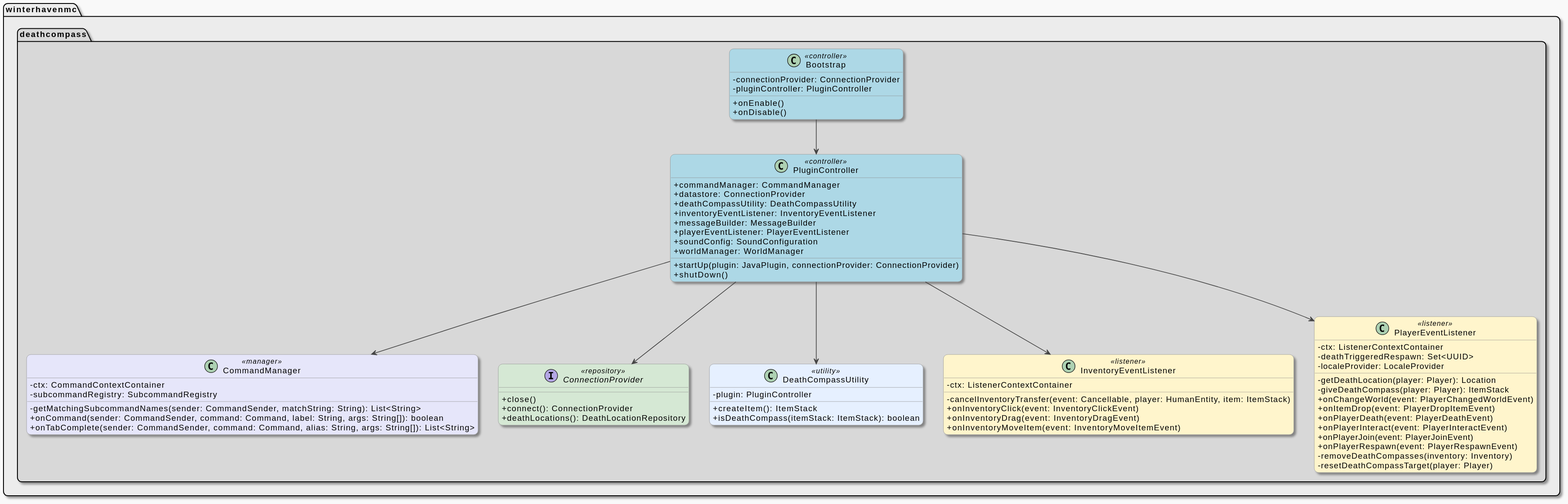
This is core/diagrams/PluginController_structure_alt.svg from winterhavenmc/SavageDeathCompass, a PlantUML export, as it was before one commit. The source it was exported from:
```plantuml
@startuml
skinparam backgroundColor #f9f9f9
skinparam shadowing true
skinparam roundCorner 15
skinparam ArrowColor #444444
skinparam ArrowThickness 1.2
skinparam ArrowFontSize 11
skinparam packageTitleFontSize 14
skinparam classFontName "Helvetica"
skinparam classAttributeIconSize 0
skinparam class {
  BackgroundColor white
  BorderColor #888888
}

skinparam class {
  BackgroundColor<<controller>> LightBlue
  BackgroundColor<<manager>> Lavender
  BackgroundColor<<listener>> #FFF5CC
  BackgroundColor<<utility>> #E6F0FF
  BackgroundColor<<repository>> #D5E8D4
}

package "winterhavenmc" #ececec {
  package "deathcompass" #d8d8d8 {

    class Bootstrap <<controller>> {
      - connectionProvider: ConnectionProvider
      - pluginController: PluginController
      + onEnable()
      + onDisable()
    }

    class PluginController <<controller>> {
      + commandManager: CommandManager
      + datastore: ConnectionProvider
      + deathCompassUtility: DeathCompassUtility
      + inventoryEventListener: InventoryEventListener
      + messageBuilder: MessageBuilder
      + playerEventListener: PlayerEventListener
      + soundConfig: SoundConfiguration
      + worldManager: WorldManager
      + startUp(plugin: JavaPlugin, connectionProvider: ConnectionProvider)
      + shutDown()
    }

    class CommandManager <<manager>> {
      - ctx: CommandContextContainer
      - subcommandRegistry: SubcommandRegistry
      - getMatchingSubcommandNames(sender: CommandSender, matchString: String): List<String>
      + onCommand(sender: CommandSender, command: Command, label: String, args: String[]): boolean
      + onTabComplete(sender: CommandSender, command: Command, alias: String, args: String[]): List<String>
    }

    interface ConnectionProvider <<repository>> {
      + close()
      + connect(): ConnectionProvider
      + deathLocations(): DeathLocationRepository
    }

    class DeathCompassUtility <<utility>> {
      - plugin: PluginController
      + createItem(): ItemStack
      + isDeathCompass(itemStack: ItemStack): boolean
    }

    class InventoryEventListener <<listener>> {
      - ctx: ListenerContextContainer
      - cancelInventoryTransfer(event: Cancellable, player: HumanEntity, item: ItemStack)
      + onInventoryClick(event: InventoryClickEvent)
      + onInventoryDrag(event: InventoryDragEvent)
      + onInventoryMoveItem(event: InventoryMoveItemEvent)
    }

    class PlayerEventListener <<listener>> {
      - ctx: ListenerContextContainer
      - deathTriggeredRespawn: Set<UUID>
      - localeProvider: LocaleProvider
      - getDeathLocation(player: Player): Location
      - giveDeathCompass(player: Player): ItemStack
      + onChangeWorld(event: PlayerChangedWorldEvent)
      + onItemDrop(event: PlayerDropItemEvent)
      + onPlayerDeath(event: PlayerDeathEvent)
      + onPlayerInteract(event: PlayerInteractEvent)
      + onPlayerJoin(event: PlayerJoinEvent)
      + onPlayerRespawn(event: PlayerRespawnEvent)
      - removeDeathCompasses(inventory: Inventory)
      - resetDeathCompassTarget(player: Player)
    }
  }
}

Bootstrap --> PluginController
PluginController --> CommandManager
PluginController --> ConnectionProvider
PluginController --> DeathCompassUtility
PluginController --> InventoryEventListener
PluginController --> PlayerEventListener
@enduml
```
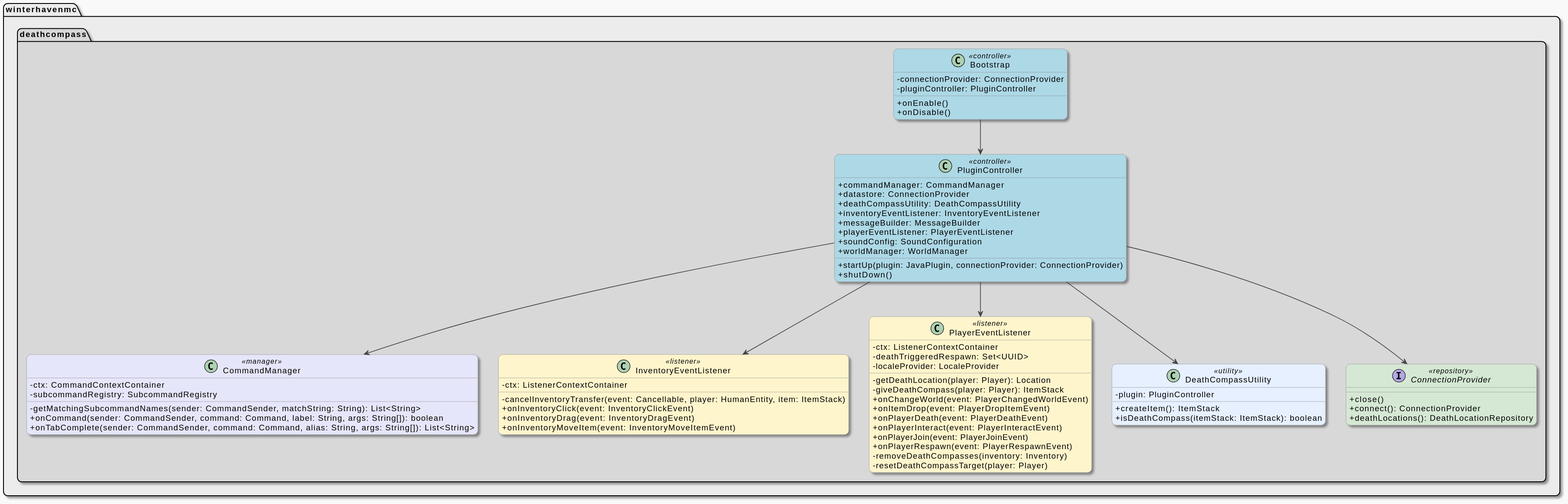
After the commit.

Diff of the diagram source:
```diff
@@ -52,18 +52,6 @@
       + onTabComplete(sender: CommandSender, command: Command, alias: String, args: String[]): List<String>
     }
 
-    interface ConnectionProvider <<repository>> {
-      + close()
-      + connect(): ConnectionProvider
-      + deathLocations(): DeathLocationRepository
-    }
-
-    class DeathCompassUtility <<utility>> {
-      - plugin: PluginController
-      + createItem(): ItemStack
-      + isDeathCompass(itemStack: ItemStack): boolean
-    }
-
     class InventoryEventListener <<listener>> {
       - ctx: ListenerContextContainer
       - cancelInventoryTransfer(event: Cancellable, player: HumanEntity, item: ItemStack)
@@ -87,6 +75,18 @@
       - removeDeathCompasses(inventory: Inventory)
       - resetDeathCompassTarget(player: Player)
     }
+
+    class DeathCompassUtility <<utility>> {
+      - plugin: PluginController
+      + createItem(): ItemStack
+      + isDeathCompass(itemStack: ItemStack): boolean
+    }
+
+    interface ConnectionProvider <<repository>> {
+      + close()
+      + connect(): ConnectionProvider
+      + deathLocations(): DeathLocationRepository
+    }
   }
 }
 
```
